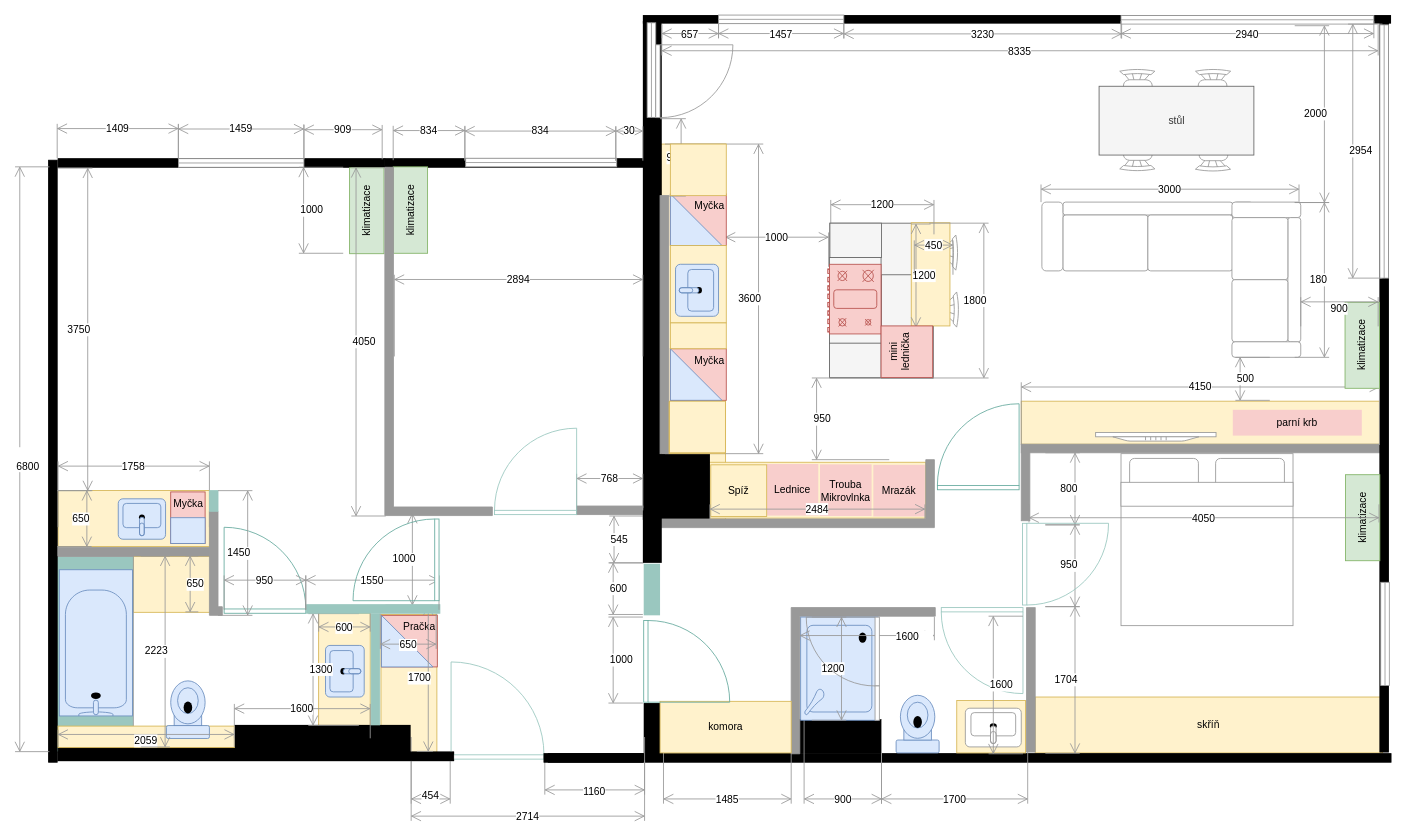
Above: page "final" (1 of 2) of docs/src/static/drawings/floor-plan.furniched.drawio in surquest/flat-renovation (draw.io), before the change. Source tidied: cells renumbered, new cells numbered last; positions are measured from the earlier drawing's top-left corner, leaving out a move shared by most shapes. Both pictures are drawn from the tidied source at 86%, with x=0, y=0 at pixel (15, 15).
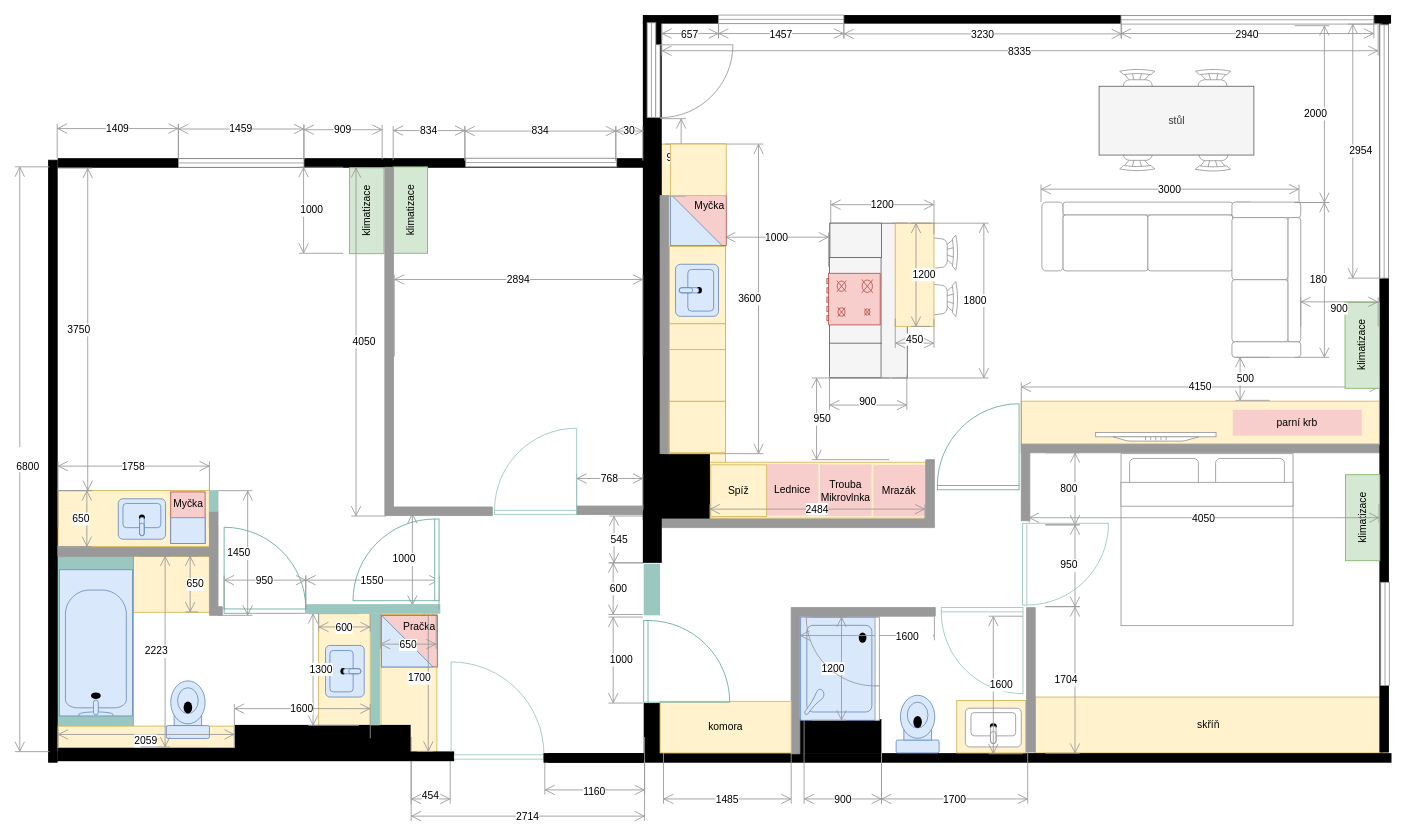
The same page after the edit.

The edit, as a diff of the source:
```diff
@@
     <mxCell id="8" style="rounded=0;whiteSpace=wrap;html=1;strokeColor=#666666;fillColor=#f5f5f5;fontColor=#333333;" parent="1" vertex="1">
-      <mxGeometry x="947.5" y="242" width="120" height="180" as="geometry" />
+      <mxGeometry x="947.5" y="242" width="90" height="180" as="geometry" />
     </mxCell>
-    <mxCell id="9" style="rounded=0;whiteSpace=wrap;html=1;strokeColor=#666666;fillColor=#f5f5f5;fontColor=#333333;" parent="1" vertex="1">
-      <mxGeometry x="1007.5" y="302" width="60" height="60" as="geometry" />
-    </mxCell>
-    <mxCell id="10" style="rounded=0;whiteSpace=wrap;html=1;strokeColor=#666666;fillColor=#f5f5f5;fontColor=#333333;" parent="1" vertex="1">
-      <mxGeometry x="1007.5" y="362" width="60" height="60" as="geometry" />
-    </mxCell>
@@
     <mxCell id="20" style="verticalLabelPosition=bottom;html=1;verticalAlign=top;align=center;shape=mxgraph.floorplan.chair;strokeColor=#999999;fillColor=#FFFFFF;direction=south;" parent="1" vertex="1">
-      <mxGeometry x="1045.6" y="322" width="52" height="41" as="geometry" />
+      <mxGeometry x="1044.6" y="309.8" width="52" height="41" as="geometry" />
     </mxCell>
@@
     <mxCell id="83" style="rounded=0;whiteSpace=wrap;html=1;strokeColor=#d6b656;fillColor=#fff2cc;" parent="1" vertex="1">
-      <mxGeometry x="1042.1" y="241.5" width="45" height="120" as="geometry" />
+      <mxGeometry x="1023.5" y="242" width="45" height="120" as="geometry" />
     </mxCell>
@@
-    <mxCell id="89" style="verticalLabelPosition=bottom;html=1;verticalAlign=top;align=center;shape=mxgraph.floorplan.range_2;strokeColor=#b85450;fillColor=#f8cecc;direction=south;" parent="1" vertex="1">
-      <mxGeometry x="945" y="289.8" width="62" height="81" as="geometry" />
-    </mxCell>
@@
     <mxCell id="106" value="1800" style="shape=dimension;direction=north;whiteSpace=wrap;html=1;align=right;verticalAlign=middle;labelBackgroundColor=#ffffff;strokeColor=#999999;" parent="1" vertex="1">
-      <mxGeometry x="1063" y="242" width="69" height="180" as="geometry" />
+      <mxGeometry x="1020" y="242" width="112" height="180" as="geometry" />
     </mxCell>
@@
     <mxCell id="113" value="1200" style="shape=dimension;direction=south;whiteSpace=wrap;html=1;align=left;verticalAlign=middle;labelBackgroundColor=#ffffff;strokeColor=#999999;" parent="1" vertex="1">
-      <mxGeometry x="1042.1" y="243" width="22.5" height="120" as="geometry" />
+      <mxGeometry x="1042.1" y="242" width="22.5" height="120" as="geometry" />
     </mxCell>
-    <mxCell id="114" value="450" style="shape=dimension;direction=west;whiteSpace=wrap;html=1;align=center;verticalAlign=top;spacingTop=-8;labelBackgroundColor=#ffffff;strokeColor=#999999;" parent="1" vertex="1">
-      <mxGeometry x="1045.6" y="262" width="45" height="40" as="geometry" />
+    <mxCell id="114" value="450" style="shape=dimension;direction=east;whiteSpace=wrap;html=1;align=center;verticalAlign=bottom;spacingTop=-8;labelBackgroundColor=#ffffff;strokeColor=#999999;" parent="1" vertex="1">
+      <mxGeometry x="1023.5" y="353" width="45" height="34" as="geometry" />
     </mxCell>
@@
-    <mxCell id="119" value="mini&lt;br&gt;lednička" style="rounded=0;whiteSpace=wrap;html=1;strokeColor=#b85450;fillColor=#f8cecc;horizontal=0;verticalAlign=top;" parent="1" vertex="1">
-      <mxGeometry x="1007" y="361.5" width="60" height="60" as="geometry" />
-    </mxCell>
@@
-    <mxCell id="164" value="Myčka" style="rounded=0;whiteSpace=wrap;html=1;strokeColor=#b85450;fillColor=#f8cecc;verticalAlign=top;align=right;" parent="1" vertex="1">
-      <mxGeometry x="762" y="388" width="65" height="60" as="geometry" />
-    </mxCell>
-    <mxCell id="165" style="verticalLabelPosition=bottom;verticalAlign=top;html=1;shape=mxgraph.basic.orthogonal_triangle;strokeColor=#6c8ebf;fillColor=#dae8fc;" parent="1" vertex="1">
-      <mxGeometry x="762" y="388" width="60" height="60" as="geometry" />
-    </mxCell>
@@
     <mxCell id="171" style="rounded=0;whiteSpace=wrap;html=1;strokeColor=#d6b656;fillColor=#fff2cc;" parent="1" vertex="1">
-      <mxGeometry x="762" y="268" width="65" height="90" as="geometry" />
+      <mxGeometry x="761" y="269" width="65" height="90" as="geometry" />
     </mxCell>
@@
     <mxCell id="173" style="rounded=0;whiteSpace=wrap;html=1;strokeColor=#d6b656;fillColor=#fff2cc;" parent="1" vertex="1">
-      <mxGeometry x="762" y="358" width="65" height="30" as="geometry" />
+      <mxGeometry x="761" y="359" width="65" height="30" as="geometry" />
     </mxCell>
@@
+    <mxCell id="176" value="900" style="shape=dimension;direction=east;whiteSpace=wrap;html=1;align=center;verticalAlign=bottom;spacingTop=-8;labelBackgroundColor=#ffffff;strokeColor=#999999;" parent="1" vertex="1">
+      <mxGeometry x="947" y="419" width="90" height="40" as="geometry" />
+    </mxCell>
+    <mxCell id="177" style="verticalLabelPosition=bottom;html=1;verticalAlign=top;align=center;shape=mxgraph.floorplan.range_1;fillColor=#f8cecc;strokeColor=#b85450;direction=south;" parent="1" vertex="1">
+      <mxGeometry x="944" y="300.3" width="62" height="60" as="geometry" />
+    </mxCell>
+    <mxCell id="178" style="rounded=0;whiteSpace=wrap;html=1;strokeColor=#d6b656;fillColor=#fff2cc;" parent="1" vertex="1">
+      <mxGeometry x="761" y="389" width="65" height="60" as="geometry" />
+    </mxCell>
```
